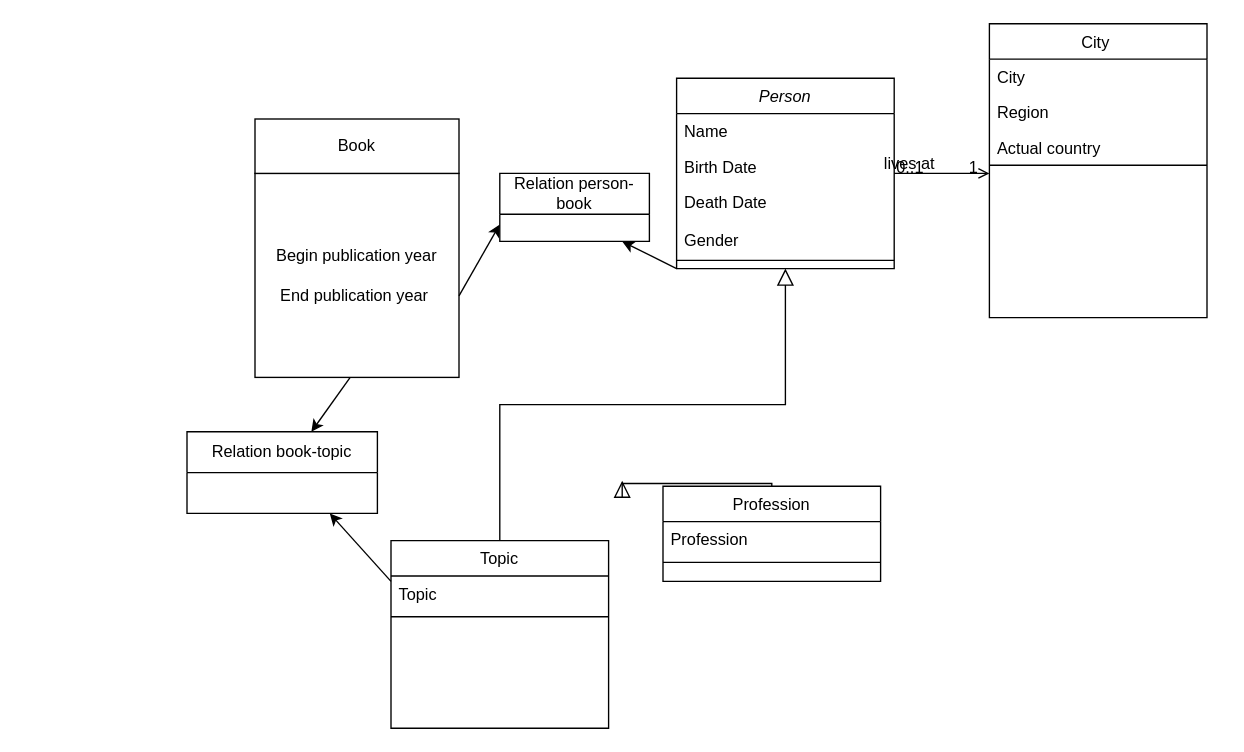
Above: German_speaking_writers.drawio in 2Nathanael/German-speaking-writers (draw.io), before the change. Source tidied: cells renumbered, new cells numbered last; positions are measured from the earlier drawing's top-left corner, leaving out a move shared by most shapes. Both pictures are drawn from the tidied source at 136%, with x=0, y=0 at pixel (186, 23).
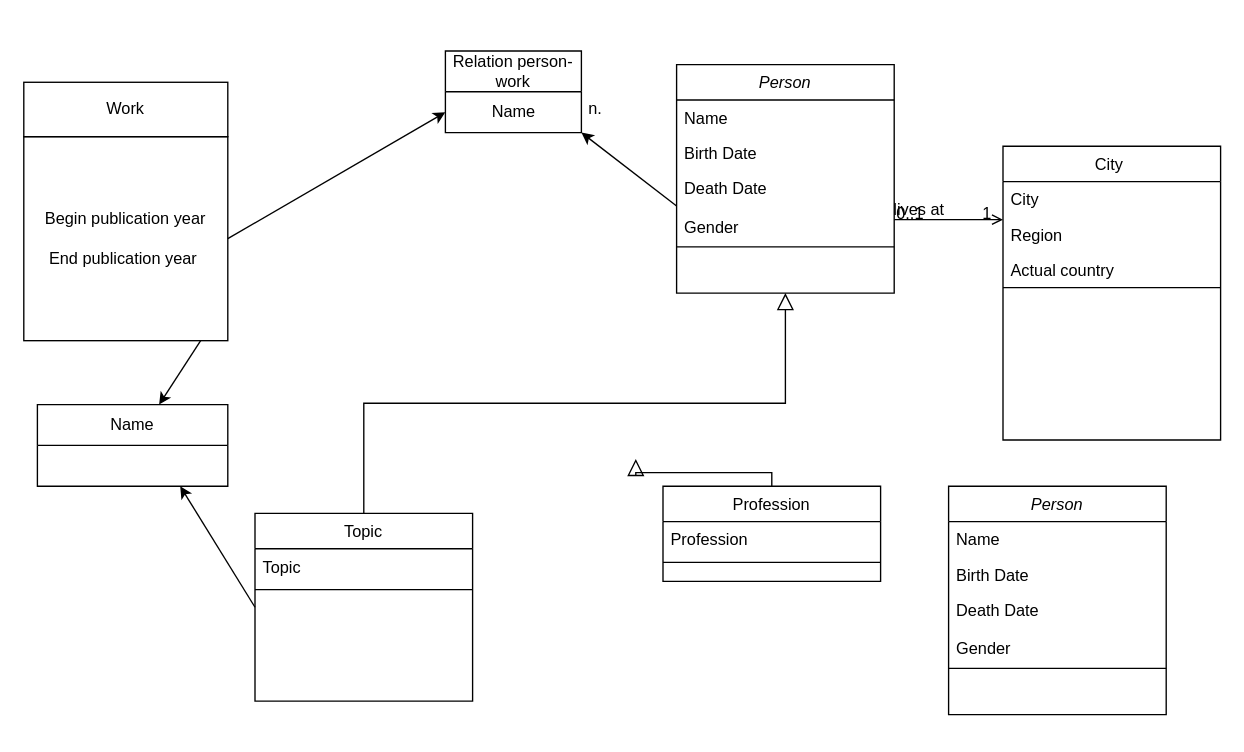
The same page after the edit.

Commit message (it also covers changes not shown here):
Modification de la base de données

Unchanged cells that the change refers to:
```xml
<mxCell id="5" value="Death Date&#10;&#10;Gender " style="text;align=left;verticalAlign=top;spacingLeft=4;spacingRight=4;overflow=hidden;points=[[0,0.5],[1,0.5]];portConstraint=eastwest;rounded=0;shadow=0;html=0;" parent="2" vertex="1">
  <mxGeometry y="78" width="160" height="52" as="geometry" />
</mxCell>
<mxCell id="11" value="Profession" style="swimlane;fontStyle=0;align=center;verticalAlign=top;horizontal=1;startSize=26;rounded=0;shadow=0;strokeWidth=1;" parent="1" vertex="1">
  <mxGeometry x="350" y="340" width="160" height="70" as="geometry" />
</mxCell>
```

What changed in the source:
```diff
@@
-<mxGraphModel>
+<mxGraphModel background="#FFFFFF">
@@
     <mxCell id="2" value="Person" style="swimlane;fontStyle=2;align=center;verticalAlign=top;horizontal=1;startSize=26;rounded=0;shadow=0;strokeWidth=1;" parent="1" vertex="1">
-      <mxGeometry x="360" y="40" width="160" height="140" as="geometry" />
+      <mxGeometry x="360" y="30" width="160" height="168" as="geometry" />
     </mxCell>
@@
     <mxCell id="7" value="Topic" style="swimlane;fontStyle=0;align=center;verticalAlign=top;horizontal=1;startSize=26;rounded=0;shadow=0;strokeWidth=1;" parent="1" vertex="1">
-      <mxGeometry x="150" y="380" width="160" height="138" as="geometry" />
+      <mxGeometry x="50" y="360" width="160" height="138" as="geometry" />
     </mxCell>
@@
     <mxCell id="14" style="endArrow=block;endSize=10;endFill=0;shadow=0;strokeWidth=1;rounded=0;edgeStyle=elbowEdgeStyle;elbow=vertical;" parent="1" edge="1" source="11">
       <mxGeometry relative="1" as="geometry">
-        <mxPoint x="320" y="336" as="targetPoint" />
+        <mxPoint x="330" y="320" as="targetPoint" />
       </mxGeometry>
     </mxCell>
     <mxCell id="15" value="City " style="swimlane;fontStyle=0;align=center;verticalAlign=top;horizontal=1;startSize=26;rounded=0;shadow=0;strokeWidth=1;" parent="1" vertex="1">
-      <mxGeometry x="590" width="160" height="216" as="geometry" />
+      <mxGeometry x="600" y="90" width="160" height="216" as="geometry" />
     </mxCell>
@@
     <mxCell id="24" value="Begin publication year&lt;br&gt;&lt;br&gt;End publication year&amp;nbsp;" style="whiteSpace=wrap;html=1;" parent="1" vertex="1">
-      <mxGeometry x="50" y="110" width="150" height="150" as="geometry" />
+      <mxGeometry x="-120" y="83" width="150" height="150" as="geometry" />
     </mxCell>
-    <mxCell id="25" value="Book" style="rounded=0;whiteSpace=wrap;html=1;" parent="1" vertex="1">
-      <mxGeometry x="50" y="70" width="150" height="40" as="geometry" />
+    <mxCell id="25" value="Work" style="rounded=0;whiteSpace=wrap;html=1;" parent="1" vertex="1">
+      <mxGeometry x="-120" y="43" width="150" height="40" as="geometry" />
     </mxCell>
-    <mxCell id="26" style="endArrow=classic;html=1;rounded=0;" parent="1" edge="1" target="27">
-      <mxGeometry relative="1" as="geometry">
-        <mxPoint x="120" y="260" as="sourcePoint" />
-      </mxGeometry>
+    <mxCell id="26" style="endArrow=classic;html=1;rounded=0;exitX=0.867;exitY=1;exitDx=0;exitDy=0;exitPerimeter=0;" parent="1" edge="1" source="24" target="27">
+      <mxGeometry relative="1" as="geometry" />
     </mxCell>
-    <mxCell id="27" value="Relation book-topic" style="swimlane;fontStyle=0;horizontal=1;startSize=30;whiteSpace=wrap;html=1;" parent="1" vertex="1">
-      <mxGeometry y="300" width="140" height="60" as="geometry" />
+    <mxCell id="27" value="Name" style="swimlane;fontStyle=0;horizontal=1;startSize=30;whiteSpace=wrap;html=1;" parent="1" vertex="1">
+      <mxGeometry x="-110" y="280" width="140" height="60" as="geometry" />
     </mxCell>
-    <mxCell id="28" style="endArrow=classic;html=1;rounded=0;entryX=0.75;entryY=1;entryDx=0;entryDy=0;" parent="1" edge="1" target="27">
-      <mxGeometry relative="1" as="geometry">
-        <mxPoint x="150" y="410" as="sourcePoint" />
-      </mxGeometry>
+    <mxCell id="28" style="endArrow=classic;html=1;rounded=0;entryX=0.75;entryY=1;entryDx=0;entryDy=0;exitX=0;exitY=0.5;exitDx=0;exitDy=0;" parent="1" edge="1" source="7" target="27">
+      <mxGeometry relative="1" as="geometry" />
     </mxCell>
-    <mxCell id="29" value="Relation person-book" style="swimlane;fontStyle=0;horizontal=1;startSize=30;whiteSpace=wrap;html=1;" parent="1" vertex="1">
-      <mxGeometry x="230" y="110" width="110" height="50" as="geometry" />
+    <mxCell id="29" value="Relation person-work" style="swimlane;fontStyle=0;horizontal=1;startSize=30;whiteSpace=wrap;html=1;" parent="1" vertex="1">
+      <mxGeometry x="190" y="20" width="100" height="60" as="geometry" />
     </mxCell>
+    <mxCell id="32" value="Name" style="text;html=1;align=center;verticalAlign=middle;strokeColor=none;fillColor=none;" parent="29" vertex="1">
+      <mxGeometry y="30" width="100" height="30" as="geometry" />
+    </mxCell>
-    <mxCell id="30" style="endArrow=classic;html=1;rounded=0;entryX=0;entryY=0.75;entryDx=0;entryDy=0;" parent="1" edge="1" target="29">
-      <mxGeometry relative="1" as="geometry">
-        <mxPoint x="200" y="200" as="sourcePoint" />
-      </mxGeometry>
+    <mxCell id="30" style="endArrow=classic;html=1;rounded=0;entryX=0;entryY=0.75;entryDx=0;entryDy=0;exitX=1;exitY=0.5;exitDx=0;exitDy=0;" parent="1" edge="1" source="24" target="29">
+      <mxGeometry relative="1" as="geometry" />
     </mxCell>
-    <mxCell id="31" style="endArrow=classic;html=1;rounded=0;" parent="1" edge="1">
-      <mxGeometry relative="1" as="geometry">
-        <mxPoint x="360" y="180" as="sourcePoint" />
-        <mxPoint x="320" y="160" as="targetPoint" />
-      </mxGeometry>
+    <mxCell id="31" style="endArrow=classic;html=1;rounded=0;entryX=1;entryY=1;entryDx=0;entryDy=0;exitX=0;exitY=0.5;exitDx=0;exitDy=0;" parent="1" edge="1" source="5" target="29">
+      <mxGeometry relative="1" as="geometry" />
     </mxCell>
+    <mxCell id="33" value="n." style="text;html=1;align=center;verticalAlign=middle;strokeColor=none;fillColor=none;" parent="1" vertex="1">
+      <mxGeometry x="285" y="48" width="30" height="30" as="geometry" />
+    </mxCell>
+    <mxCell id="34" value="Person" style="swimlane;fontStyle=2;align=center;verticalAlign=top;horizontal=1;startSize=26;rounded=0;shadow=0;strokeWidth=1;" parent="1" vertex="1">
+      <mxGeometry x="560" y="340" width="160" height="168" as="geometry" />
+    </mxCell>
+    <mxCell id="35" value="Name" style="text;align=left;verticalAlign=top;spacingLeft=4;spacingRight=4;overflow=hidden;" parent="34" vertex="1">
+      <mxGeometry y="26" width="160" height="26" as="geometry" />
+    </mxCell>
+    <mxCell id="36" value="Birth Date" style="text;align=left;verticalAlign=top;spacingLeft=4;spacingRight=4;overflow=hidden;rounded=0;shadow=0;html=0;" parent="34" vertex="1">
+      <mxGeometry y="52" width="160" height="26" as="geometry" />
+    </mxCell>
+    <mxCell id="37" value="Death Date&#10;&#10;Gender " style="text;align=left;verticalAlign=top;spacingLeft=4;spacingRight=4;overflow=hidden;rounded=0;shadow=0;html=0;" parent="34" vertex="1">
+      <mxGeometry y="78" width="160" height="52" as="geometry" />
+    </mxCell>
+    <mxCell id="38" style="line;html=1;strokeWidth=1;align=left;verticalAlign=middle;spacingTop=-1;spacingLeft=3;spacingRight=3;labelPosition=right;" parent="34" vertex="1">
+      <mxGeometry y="130" width="160" height="8" as="geometry" />
+    </mxCell>
```
